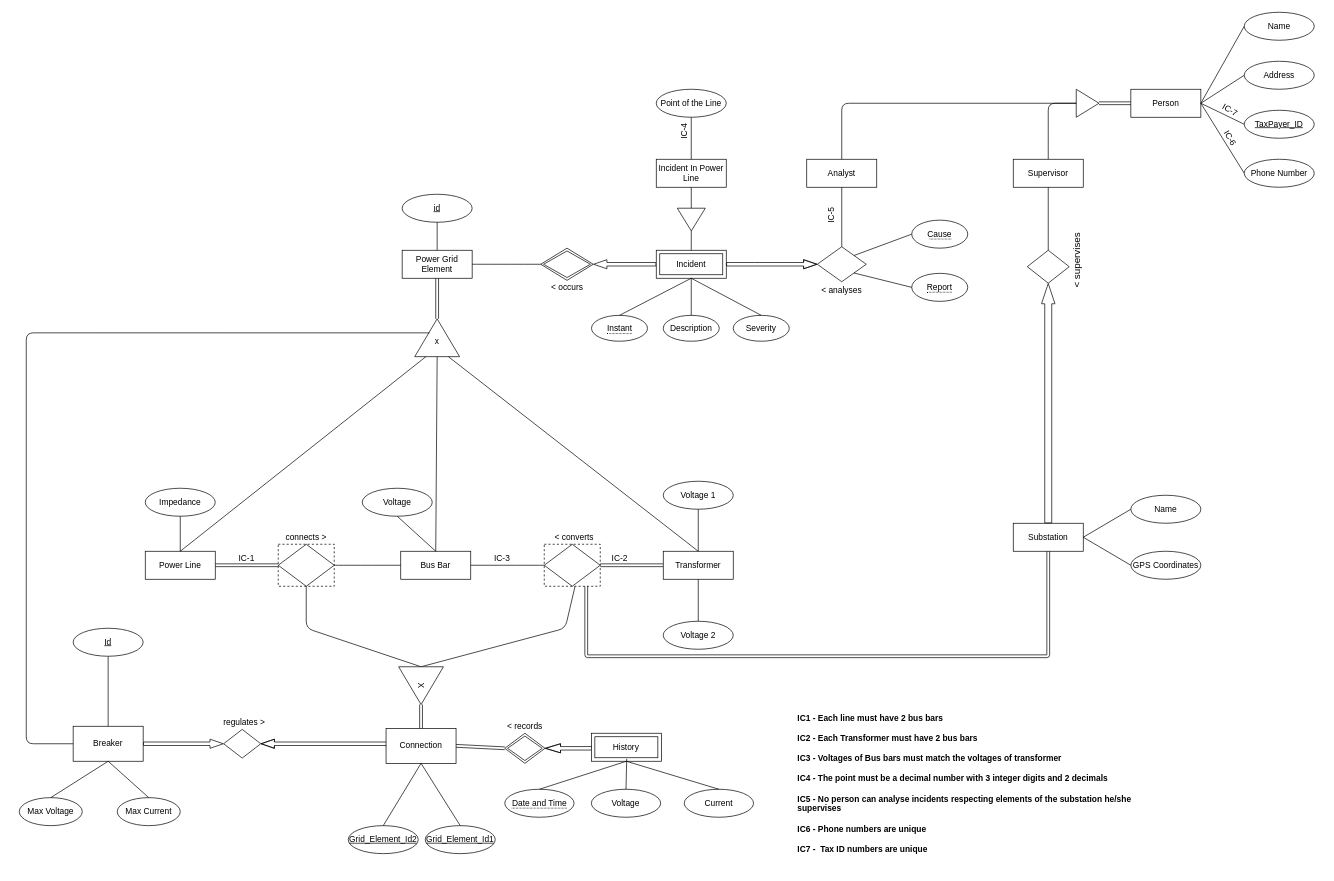
Above: page "Page-2" (2 of 2) of New_Version.drawio in dgd-rosa/SIBD (draw.io), before the change. Source tidied: cells renumbered, new cells numbered last; positions are measured from the earlier drawing's top-left corner, leaving out a move shared by most shapes. Both pictures are drawn from the tidied source at 70%, with x=0, y=0 at pixel (19, 12).
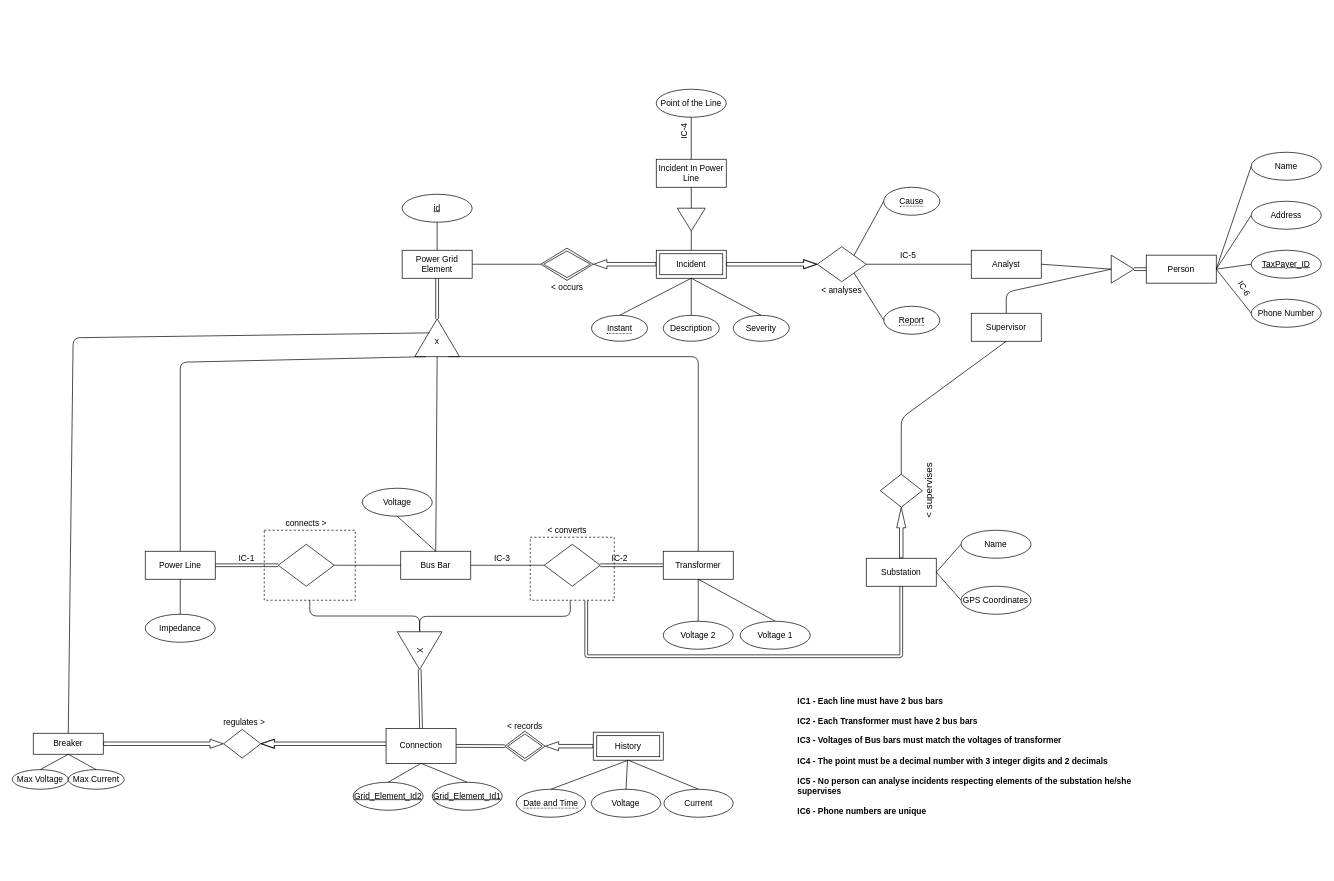
Above is the later version.

Unchanged cells that the change refers to:
```xml
<mxCell id="6" style="triangle;whiteSpace=wrap;html=1;rotation=-90;" parent="1" vertex="1">
  <mxGeometry x="570" y="433" width="54" height="64" as="geometry" />
</mxCell>
<mxCell id="9" value="Power Line" style="whiteSpace=wrap;html=1;align=center;" parent="1" vertex="1">
  <mxGeometry x="180" y="770" width="100" height="40" as="geometry" />
</mxCell>
<mxCell id="12" value="Transformer" style="whiteSpace=wrap;html=1;align=center;" parent="1" vertex="1">
  <mxGeometry x="920" y="770" width="100" height="40" as="geometry" />
</mxCell>
<mxCell id="52" value="Voltage" style="ellipse;whiteSpace=wrap;html=1;align=center;" parent="1" vertex="1">
  <mxGeometry x="817.3" y="1110" width="99" height="40" as="geometry" />
</mxCell>
<mxCell id="77" style="shape=rhombus;double=0;perimeter=rhombusPerimeter;whiteSpace=wrap;html=1;align=center;" parent="1" vertex="1">
  <mxGeometry x="1140" y="335" width="70" height="50" as="geometry" />
</mxCell>
```

Diff of the diagram source:
```diff
@@
     <mxCell id="2" style="rounded=0;whiteSpace=wrap;html=1;fillColor=none;dashed=1;" parent="1" vertex="1">
-      <mxGeometry x="370" y="760" width="80" height="60" as="geometry" />
+      <mxGeometry x="350" y="740" width="130" height="100" as="geometry" />
     </mxCell>
     <mxCell id="3" style="rounded=0;whiteSpace=wrap;html=1;fillColor=none;dashed=1;" parent="1" vertex="1">
-      <mxGeometry x="750" y="760" width="80" height="60" as="geometry" />
+      <mxGeometry x="730" y="750" width="120" height="90" as="geometry" />
     </mxCell>
@@
     <mxCell id="18" value="Breaker" style="whiteSpace=wrap;html=1;align=center;" parent="1" vertex="1">
-      <mxGeometry x="77" y="1020" width="100" height="50" as="geometry" />
+      <mxGeometry x="20" y="1030" width="100" height="30" as="geometry" />
     </mxCell>
@@
     <mxCell id="21" style="endArrow=none;html=1;entryX=0;entryY=0.75;entryDx=0;entryDy=0;exitX=0.5;exitY=0;exitDx=0;exitDy=0;" parent="1" edge="1" source="12" target="6">
-      <mxGeometry relative="1" as="geometry" />
+      <mxGeometry relative="1" as="geometry">
+        <Array as="points">
+          <mxPoint x="970" y="492" />
+        </Array>
+      </mxGeometry>
     </mxCell>
     <mxCell id="22" style="endArrow=none;html=1;entryX=0;entryY=0.25;entryDx=0;entryDy=0;exitX=0.5;exitY=0;exitDx=0;exitDy=0;" parent="1" edge="1" source="9" target="6">
-      <mxGeometry relative="1" as="geometry" />
+      <mxGeometry relative="1" as="geometry">
+        <Array as="points">
+          <mxPoint x="230" y="500" />
+        </Array>
+      </mxGeometry>
     </mxCell>
-    <mxCell id="23" style="endArrow=none;html=1;entryX=0.629;entryY=0.328;entryDx=0;entryDy=0;entryPerimeter=0;exitX=0;exitY=0.5;exitDx=0;exitDy=0;" parent="1" edge="1" source="18" target="6">
+    <mxCell id="23" style="endArrow=none;html=1;entryX=0.629;entryY=0.328;entryDx=0;entryDy=0;entryPerimeter=0;exitX=0.5;exitY=0;exitDx=0;exitDy=0;" parent="1" edge="1" source="18" target="6">
       <mxGeometry relative="1" as="geometry">
         <Array as="points">
-          <mxPoint x="10" y="1045" />
-          <mxPoint x="10" y="458" />
+          <mxPoint x="77" y="465" />
         </Array>
       </mxGeometry>
     </mxCell>
     <mxCell id="24" value="Max Voltage" style="ellipse;whiteSpace=wrap;html=1;align=center;" parent="1" vertex="1">
-      <mxGeometry y="1122" width="90" height="40" as="geometry" />
+      <mxGeometry x="-10" y="1082" width="80" height="28" as="geometry" />
     </mxCell>
     <mxCell id="25" value="Max Current" style="ellipse;whiteSpace=wrap;html=1;align=center;" parent="1" vertex="1">
-      <mxGeometry x="140" y="1122" width="90" height="40" as="geometry" />
+      <mxGeometry x="70" y="1082" width="80" height="28" as="geometry" />
     </mxCell>
@@
     <mxCell id="28" value="Impedance" style="ellipse;whiteSpace=wrap;html=1;align=center;" parent="1" vertex="1">
-      <mxGeometry x="180" y="680" width="100" height="40" as="geometry" />
+      <mxGeometry x="180" y="860" width="100" height="40" as="geometry" />
     </mxCell>
-    <mxCell id="29" style="endArrow=none;html=1;entryX=0.5;entryY=1;entryDx=0;entryDy=0;exitX=0.5;exitY=0;exitDx=0;exitDy=0;" parent="1" edge="1" source="9" target="28">
-      <mxGeometry relative="1" as="geometry" />
+    <mxCell id="29" style="endArrow=none;html=1;" parent="1" edge="1">
+      <mxGeometry relative="1" as="geometry">
+        <mxPoint x="230" y="810" as="sourcePoint" />
+        <mxPoint x="230" y="860" as="targetPoint" />
+      </mxGeometry>
     </mxCell>
@@
     <mxCell id="32" value="connects &amp;gt;" style="text;html=1;strokeColor=none;fillColor=none;align=center;verticalAlign=middle;whiteSpace=wrap;rounded=0;fontFamily=Helvetica;" parent="1" vertex="1">
-      <mxGeometry x="360" y="740" width="100" height="20" as="geometry" />
+      <mxGeometry x="360" y="720" width="100" height="20" as="geometry" />
     </mxCell>
     <mxCell id="33" value="&amp;lt; converts" style="text;html=1;strokeColor=none;fillColor=none;align=center;verticalAlign=middle;whiteSpace=wrap;rounded=0;fontFamily=Helvetica;" parent="1" vertex="1">
-      <mxGeometry x="747.5" y="740" width="90" height="20" as="geometry" />
+      <mxGeometry x="737.5" y="730" width="90" height="20" as="geometry" />
     </mxCell>
     <mxCell id="34" value="Voltage 1" style="ellipse;whiteSpace=wrap;html=1;align=center;" parent="1" vertex="1">
-      <mxGeometry x="920" y="670" width="100" height="40" as="geometry" />
+      <mxGeometry x="1030" y="870" width="100" height="40" as="geometry" />
     </mxCell>
@@
-    <mxCell id="36" style="endArrow=none;html=1;fontFamily=Helvetica;entryX=0.5;entryY=1;entryDx=0;entryDy=0;exitX=0.5;exitY=0;exitDx=0;exitDy=0;" parent="1" edge="1" source="12" target="34">
+    <mxCell id="36" style="endArrow=none;html=1;fontFamily=Helvetica;entryX=0.5;entryY=0;entryDx=0;entryDy=0;exitX=0.5;exitY=1;exitDx=0;exitDy=0;" parent="1" edge="1" source="12" target="34">
       <mxGeometry relative="1" as="geometry" />
     </mxCell>
@@
-    <mxCell id="39" style="endArrow=none;html=1;fontFamily=Helvetica;entryX=0.5;entryY=1;entryDx=0;entryDy=0;exitX=0;exitY=0.5;exitDx=0;exitDy=0;" parent="1" edge="1" source="41" target="2">
-      <mxGeometry relative="1" as="geometry">
-        <Array as="points">
-          <mxPoint x="410" y="880" />
-        </Array>
-      </mxGeometry>
+    <mxCell id="39" style="endArrow=none;html=1;fontFamily=Helvetica;entryX=0.5;entryY=1;entryDx=0;entryDy=0;exitX=0;exitY=0.5;exitDx=0;exitDy=0;edgeStyle=orthogonalEdgeStyle;" parent="1" edge="1" source="41" target="2">
+      <mxGeometry relative="1" as="geometry" />
     </mxCell>
-    <mxCell id="40" style="endArrow=none;html=1;fontFamily=Helvetica;exitX=0;exitY=0.5;exitDx=0;exitDy=0;" parent="1" edge="1" source="41">
+    <mxCell id="40" style="endArrow=none;html=1;fontFamily=Helvetica;exitX=0;exitY=0.5;exitDx=0;exitDy=0;edgeStyle=orthogonalEdgeStyle;" parent="1" edge="1" source="41">
       <mxGeometry relative="1" as="geometry">
-        <mxPoint x="794" y="820" as="targetPoint" />
-        <Array as="points">
-          <mxPoint x="780" y="880" />
-        </Array>
+        <mxPoint x="787" y="840" as="targetPoint" />
       </mxGeometry>
     </mxCell>
     <mxCell id="41" value="X" style="triangle;whiteSpace=wrap;html=1;rotation=90;" parent="1" vertex="1">
-      <mxGeometry x="547" y="930" width="54" height="64" as="geometry" />
+      <mxGeometry x="545" y="880" width="54" height="64" as="geometry" />
     </mxCell>
@@
-    <mxCell id="47" style="edgeStyle=orthogonalEdgeStyle;shape=flexArrow;rounded=0;jettySize=auto;html=1;exitX=0;exitY=0.5;exitDx=0;exitDy=0;entryX=1;entryY=0.5;entryDx=0;entryDy=0;endWidth=7;endSize=6.88235294117647;width=5;startWidth=20;" parent="1" edge="1" source="51" target="50">
-      <mxGeometry relative="1" as="geometry">
-        <Array as="points">
-          <mxPoint x="859.8" y="1051.5" />
-        </Array>
-      </mxGeometry>
-    </mxCell>
     <mxCell id="48" value="Current" style="ellipse;whiteSpace=wrap;html=1;align=center;" parent="1" vertex="1">
-      <mxGeometry x="950" y="1110" width="99" height="40" as="geometry" />
+      <mxGeometry x="921" y="1110" width="99" height="40" as="geometry" />
     </mxCell>
     <mxCell id="49" value="&lt;span style=&quot;border-bottom: 1px dotted&quot;&gt;Date and Time&lt;/span&gt;" style="ellipse;whiteSpace=wrap;html=1;align=center;" parent="1" vertex="1">
-      <mxGeometry x="693.6" y="1110" width="99" height="40" as="geometry" />
+      <mxGeometry x="710" y="1110" width="99" height="40" as="geometry" />
     </mxCell>
     <mxCell id="50" style="shape=rhombus;double=1;perimeter=rhombusPerimeter;whiteSpace=wrap;html=1;align=center;" parent="1" vertex="1">
-      <mxGeometry x="693.6" y="1030" width="57.5" height="43" as="geometry" />
+      <mxGeometry x="693.6" y="1027" width="57.5" height="43" as="geometry" />
     </mxCell>
+    <mxCell id="47" style="edgeStyle=orthogonalEdgeStyle;rounded=0;jettySize=auto;html=1;exitX=0;exitY=0.5;exitDx=0;exitDy=0;entryX=1;entryY=0.5;entryDx=0;entryDy=0;shape=flexArrow;width=5;endWidth=7;" parent="1" edge="1" source="51" target="50">
+      <mxGeometry relative="1" as="geometry" />
+    </mxCell>
     <mxCell id="51" value="History" style="shape=ext;margin=3;double=1;whiteSpace=wrap;html=1;align=center;" parent="1" vertex="1">
-      <mxGeometry x="817.3" y="1030" width="100" height="40" as="geometry" />
+      <mxGeometry x="820" y="1028.5" width="100" height="40" as="geometry" />
     </mxCell>
@@
-    <mxCell id="55" style="endArrow=none;html=1;fontFamily=Helvetica;entryX=0.5;entryY=0;entryDx=0;entryDy=0;" parent="1" edge="1" target="52">
-      <mxGeometry relative="1" as="geometry">
-        <mxPoint x="867.8" y="1066.5" as="sourcePoint" />
-      </mxGeometry>
+    <mxCell id="55" style="endArrow=none;html=1;fontFamily=Helvetica;entryX=0.5;entryY=0;entryDx=0;entryDy=0;" parent="1" edge="1" source="51" target="52">
+      <mxGeometry relative="1" as="geometry" />
     </mxCell>
@@
     <mxCell id="74" value="Analyst" style="whiteSpace=wrap;html=1;align=center;" parent="1" vertex="1">
-      <mxGeometry x="1125" y="210" width="100" height="40" as="geometry" />
+      <mxGeometry x="1360" y="340" width="100" height="40" as="geometry" />
     </mxCell>
     <mxCell id="75" value="&lt;span style=&quot;border-bottom: 1px dotted&quot;&gt;Cause&lt;/span&gt;" style="ellipse;whiteSpace=wrap;html=1;align=center;" parent="1" vertex="1">
-      <mxGeometry x="1275" y="297" width="80" height="40" as="geometry" />
+      <mxGeometry x="1235" y="250" width="80" height="40" as="geometry" />
     </mxCell>
     <mxCell id="76" value="&lt;span style=&quot;border-bottom: 1px dotted&quot;&gt;Report&lt;/span&gt;" style="ellipse;whiteSpace=wrap;html=1;align=center;" parent="1" vertex="1">
-      <mxGeometry x="1275" y="373" width="80" height="40" as="geometry" />
+      <mxGeometry x="1235" y="420" width="80" height="40" as="geometry" />
     </mxCell>
@@
-    <mxCell id="80" style="endArrow=none;html=1;fontFamily=Helvetica;entryX=0.5;entryY=1;entryDx=0;entryDy=0;exitX=0.5;exitY=0;exitDx=0;exitDy=0;" parent="1" edge="1" source="77" target="74">
+    <mxCell id="80" style="endArrow=none;html=1;fontFamily=Helvetica;entryX=0;entryY=0.5;entryDx=0;entryDy=0;" parent="1" edge="1" source="77" target="74">
       <mxGeometry relative="1" as="geometry" />
     </mxCell>
@@
     <mxCell id="83" style="triangle;whiteSpace=wrap;html=1;rotation=0;" parent="1" vertex="1">
-      <mxGeometry x="1510" y="110" width="32.5" height="40" as="geometry" />
+      <mxGeometry x="1560" y="347" width="32.5" height="40" as="geometry" />
     </mxCell>
     <mxCell id="84" value="Person" style="whiteSpace=wrap;html=1;align=center;" parent="1" vertex="1">
-      <mxGeometry x="1588" y="110" width="100" height="40" as="geometry" />
+      <mxGeometry x="1610" y="347" width="100" height="40" as="geometry" />
     </mxCell>
@@
-    <mxCell id="89" style="endArrow=none;html=1;fontFamily=Helvetica;entryX=0;entryY=0.5;entryDx=0;entryDy=0;exitX=0.5;exitY=0;exitDx=0;exitDy=0;" parent="1" edge="1" source="74" target="83">
-      <mxGeometry relative="1" as="geometry">
-        <Array as="points">
-          <mxPoint x="1175" y="130" />
-        </Array>
-      </mxGeometry>
+    <mxCell id="89" style="endArrow=none;html=1;fontFamily=Helvetica;entryX=0;entryY=0.5;entryDx=0;entryDy=0;exitX=1;exitY=0.5;exitDx=0;exitDy=0;" parent="1" edge="1" source="74" target="83">
+      <mxGeometry relative="1" as="geometry" />
     </mxCell>
     <mxCell id="90" style="endArrow=none;html=1;fontFamily=Helvetica;entryX=0;entryY=0.5;entryDx=0;entryDy=0;exitX=0.5;exitY=0;exitDx=0;exitDy=0;" parent="1" edge="1" source="92" target="83">
       <mxGeometry relative="1" as="geometry">
         <Array as="points">
-          <mxPoint x="1470" y="180" />
-          <mxPoint x="1470" y="130" />
+          <mxPoint x="1410" y="400" />
         </Array>
       </mxGeometry>
     </mxCell>
@@
     <mxCell id="92" value="Supervisor" style="whiteSpace=wrap;html=1;align=center;" parent="1" vertex="1">
-      <mxGeometry x="1420" y="210" width="100" height="40" as="geometry" />
+      <mxGeometry x="1360" y="430" width="100" height="40" as="geometry" />
     </mxCell>
     <mxCell id="93" style="shape=rhombus;perimeter=rhombusPerimeter;whiteSpace=wrap;html=1;align=center;" parent="1" vertex="1">
-      <mxGeometry x="1440" y="340" width="60" height="47" as="geometry" />
+      <mxGeometry x="1230" y="660" width="60" height="47" as="geometry" />
     </mxCell>
     <mxCell id="94" style="endArrow=none;html=1;fontFamily=Helvetica;entryX=0.5;entryY=1;entryDx=0;entryDy=0;exitX=0.5;exitY=0;exitDx=0;exitDy=0;" parent="1" edge="1" source="93" target="92">
-      <mxGeometry relative="1" as="geometry" />
+      <mxGeometry relative="1" as="geometry">
+        <Array as="points">
+          <mxPoint x="1260" y="580" />
+        </Array>
+      </mxGeometry>
     </mxCell>
     <mxCell id="95" value="&lt;font style=&quot;font-size: 14px&quot;&gt;&amp;lt; supervises&lt;/font&gt;" style="text;html=1;strokeColor=none;fillColor=none;align=center;verticalAlign=middle;whiteSpace=wrap;rounded=0;fontFamily=Helvetica;rotation=-90;" parent="1" vertex="1">
-      <mxGeometry x="1464.8" y="343.7" width="90.6" height="22.1" as="geometry" />
+      <mxGeometry x="1254.8" y="672.4" width="90.6" height="22.1" as="geometry" />
     </mxCell>
     <mxCell id="96" value="Substation" style="whiteSpace=wrap;html=1;align=center;" parent="1" vertex="1">
-      <mxGeometry x="1420" y="730" width="100" height="40" as="geometry" />
+      <mxGeometry x="1210" y="780" width="100" height="40" as="geometry" />
     </mxCell>
     <mxCell id="97" value="GPS Coordinates" style="ellipse;whiteSpace=wrap;html=1;align=center;" parent="1" vertex="1">
-      <mxGeometry x="1588" y="770" width="100" height="40" as="geometry" />
+      <mxGeometry x="1345.4" y="820" width="100" height="40" as="geometry" />
     </mxCell>
     <mxCell id="98" value="Name" style="ellipse;whiteSpace=wrap;html=1;align=center;" parent="1" vertex="1">
-      <mxGeometry x="1588" y="690" width="100" height="40" as="geometry" />
+      <mxGeometry x="1345.4" y="740" width="100" height="40" as="geometry" />
     </mxCell>
@@
-    <mxCell id="101" style="endArrow=classic;html=1;strokeWidth=1;fontFamily=Helvetica;entryX=0.5;entryY=1;entryDx=0;entryDy=0;exitX=0.5;exitY=0;exitDx=0;exitDy=0;shape=flexArrow;endWidth=8.23529411764706;endSize=9.31764705882353;" parent="1" edge="1" source="96" target="93">
+    <mxCell id="101" style="endArrow=classic;html=1;strokeWidth=1;fontFamily=Helvetica;entryX=0.5;entryY=1;entryDx=0;entryDy=0;exitX=0.5;exitY=0;exitDx=0;exitDy=0;shape=flexArrow;endWidth=7;endSize=9.31764705882353;width=5;" parent="1" edge="1" source="96" target="93">
       <mxGeometry relative="1" as="geometry" />
     </mxCell>
-    <mxCell id="102" style="endArrow=classic;html=1;strokeWidth=1;fontFamily=Helvetica;exitX=0.5;exitY=1;exitDx=0;exitDy=0;entryX=0.75;entryY=1;entryDx=0;entryDy=0;shape=link;endWidth=7;" parent="1" edge="1" source="96" target="3">
+    <mxCell id="102" style="endArrow=classic;html=1;strokeWidth=1;fontFamily=Helvetica;exitX=0.5;exitY=1;exitDx=0;exitDy=0;shape=link;endWidth=7;entryX=0.667;entryY=1.007;entryDx=0;entryDy=0;entryPerimeter=0;" parent="1" edge="1" source="96" target="3">
       <mxGeometry relative="1" as="geometry">
         <Array as="points">
-          <mxPoint x="1470" y="920" />
+          <mxPoint x="1260" y="920" />
           <mxPoint x="810" y="920" />
         </Array>
       </mxGeometry>
     </mxCell>
-    <mxCell id="103" value="&lt;div&gt;&lt;b&gt;IC1 - Each line must have 2 bus bars&lt;/b&gt;&lt;/div&gt;&lt;div&gt;&lt;b&gt;&lt;br&gt;&lt;/b&gt;&lt;/div&gt;&lt;div&gt;&lt;b&gt;IC2 - Each Transformer must have 2 bus bars&lt;/b&gt;&lt;/div&gt;&lt;div&gt;&lt;b&gt;&lt;br&gt;&lt;/b&gt;&lt;/div&gt;&lt;div&gt;&lt;b&gt;IC3 - Voltages of Bus bars must match the voltages of transformer&lt;/b&gt;&lt;/div&gt;&lt;div&gt;&lt;b&gt;&lt;br&gt;&lt;/b&gt;&lt;/div&gt;&lt;div&gt;&lt;b&gt;IC4 - The point must be a decimal number with 3 integer digits and 2 decimals&lt;/b&gt;&lt;br&gt;&lt;/div&gt;&lt;div&gt;&lt;b&gt;&lt;br&gt;&lt;/b&gt;&lt;/div&gt;&lt;div&gt;&lt;b&gt;IC5 - No person can analyse incidents respecting elements of the substation he/she supervises&lt;/b&gt;&lt;/div&gt;&lt;div&gt;&lt;b&gt;&lt;br&gt;&lt;/b&gt;&lt;/div&gt;&lt;div&gt;&lt;b&gt;IC6 -&amp;nbsp;&lt;span&gt;Phone&lt;/span&gt;&lt;span&gt;&amp;nbsp;numbers are unique&lt;/span&gt;&lt;/b&gt;&lt;/div&gt;&lt;div&gt;&lt;b&gt;&lt;br&gt;&lt;/b&gt;&lt;/div&gt;&lt;div&gt;&lt;b&gt;IC7 - &amp;nbsp;Tax ID numbers are unique&lt;/b&gt;&lt;/div&gt;&lt;div&gt;&lt;br&gt;&lt;/div&gt;" style="text;html=1;strokeColor=none;fillColor=none;align=left;verticalAlign=middle;whiteSpace=wrap;rounded=0;" parent="1" vertex="1">
-      <mxGeometry x="1110" y="994" width="520" height="230" as="geometry" />
+    <mxCell id="103" value="&lt;div&gt;&lt;b&gt;IC1 - Each line must have 2 bus bars&lt;/b&gt;&lt;/div&gt;&lt;div&gt;&lt;b&gt;&lt;br&gt;&lt;/b&gt;&lt;/div&gt;&lt;div&gt;&lt;b&gt;IC2 - Each Transformer must have 2 bus bars&lt;/b&gt;&lt;/div&gt;&lt;div&gt;&lt;b&gt;&lt;br&gt;&lt;/b&gt;&lt;/div&gt;&lt;div&gt;&lt;b&gt;IC3 - Voltages of Bus bars must match the voltages of transformer&lt;/b&gt;&lt;/div&gt;&lt;div&gt;&lt;b&gt;&lt;br&gt;&lt;/b&gt;&lt;/div&gt;&lt;div&gt;&lt;b&gt;IC4 - The point must be a decimal number with 3 integer digits and 2 decimals&lt;/b&gt;&lt;br&gt;&lt;/div&gt;&lt;div&gt;&lt;b&gt;&lt;br&gt;&lt;/b&gt;&lt;/div&gt;&lt;div&gt;&lt;b&gt;IC5 - No person can analyse incidents respecting elements of the substation he/she supervises&lt;/b&gt;&lt;/div&gt;&lt;div&gt;&lt;b&gt;&lt;br&gt;&lt;/b&gt;&lt;/div&gt;&lt;div&gt;&lt;b&gt;IC6 -&amp;nbsp;&lt;span&gt;Phone&lt;/span&gt;&lt;span&gt;&amp;nbsp;numbers are unique&lt;/span&gt;&lt;/b&gt;&lt;/div&gt;&lt;div&gt;&lt;b&gt;&lt;br&gt;&lt;/b&gt;&lt;/div&gt;&lt;div&gt;&lt;br&gt;&lt;/div&gt;" style="text;html=1;strokeColor=none;fillColor=none;align=left;verticalAlign=middle;whiteSpace=wrap;rounded=0;" parent="1" vertex="1">
+      <mxGeometry x="1110" y="994" width="520" height="166" as="geometry" />
     </mxCell>
@@
-    <mxCell id="107" value="IC-7" style="text;html=1;strokeColor=none;fillColor=none;align=center;verticalAlign=middle;whiteSpace=wrap;rounded=0;rotation=30;" parent="1" vertex="1">
-      <mxGeometry x="1710" y="130" width="40" height="20" as="geometry" />
-    </mxCell>
-    <mxCell id="108" value="IC-5" style="text;html=1;strokeColor=none;fillColor=none;align=center;verticalAlign=middle;whiteSpace=wrap;rounded=0;rotation=-90;" parent="1" vertex="1">
-      <mxGeometry x="1140" y="280" width="40" height="20" as="geometry" />
+    <mxCell id="108" value="IC-5" style="text;html=1;strokeColor=none;fillColor=none;align=center;verticalAlign=middle;whiteSpace=wrap;rounded=0;rotation=0;" parent="1" vertex="1">
+      <mxGeometry x="1250" y="337" width="40" height="20" as="geometry" />
     </mxCell>
@@
-    <mxCell id="111" style="endArrow=none;html=1;entryX=0.5;entryY=1;entryDx=0;entryDy=0;exitX=0.5;exitY=0;exitDx=0;exitDy=0;" parent="1" edge="1" source="18" target="112">
-      <mxGeometry relative="1" as="geometry" />
-    </mxCell>
-    <mxCell id="112" value="Id" style="ellipse;whiteSpace=wrap;html=1;align=center;fontStyle=4;" parent="1" vertex="1">
-      <mxGeometry x="77" y="880" width="100" height="40" as="geometry" />
-    </mxCell>
     <mxCell id="113" value="Grid_Element_Id2" style="ellipse;whiteSpace=wrap;html=1;align=center;fontStyle=4;" parent="1" vertex="1">
-      <mxGeometry x="470" y="1162" width="100" height="40" as="geometry" />
+      <mxGeometry x="477" y="1100" width="100" height="40" as="geometry" />
     </mxCell>
     <mxCell id="114" value="Grid_Element_Id1" style="ellipse;whiteSpace=wrap;html=1;align=center;fontStyle=4;" parent="1" vertex="1">
-      <mxGeometry x="580" y="1162" width="100" height="40" as="geometry" />
+      <mxGeometry x="590" y="1100" width="100" height="40" as="geometry" />
     </mxCell>
@@
     <mxCell id="117" value="Name" style="ellipse;whiteSpace=wrap;html=1;align=center;" parent="1" vertex="1">
-      <mxGeometry x="1750" width="100" height="40" as="geometry" />
+      <mxGeometry x="1760" y="200" width="100" height="40" as="geometry" />
     </mxCell>
     <mxCell id="118" value="Address" style="ellipse;whiteSpace=wrap;html=1;align=center;" parent="1" vertex="1">
-      <mxGeometry x="1750" y="70" width="100" height="40" as="geometry" />
+      <mxGeometry x="1760" y="270" width="100" height="40" as="geometry" />
     </mxCell>
     <mxCell id="119" value="Phone Number" style="ellipse;whiteSpace=wrap;html=1;align=center;" parent="1" vertex="1">
-      <mxGeometry x="1750" y="210" width="100" height="40" as="geometry" />
+      <mxGeometry x="1760" y="410" width="100" height="40" as="geometry" />
     </mxCell>
     <mxCell id="120" value="IC-6" style="text;html=1;strokeColor=none;fillColor=none;align=center;verticalAlign=middle;whiteSpace=wrap;rounded=0;rotation=60;" parent="1" vertex="1">
-      <mxGeometry x="1710" y="170" width="40" height="20" as="geometry" />
+      <mxGeometry x="1730" y="385" width="40" height="20" as="geometry" />
     </mxCell>
     <mxCell id="121" value="TaxPayer_ID" style="ellipse;whiteSpace=wrap;html=1;align=center;fontStyle=4;" parent="1" vertex="1">
-      <mxGeometry x="1750" y="140" width="100" height="40" as="geometry" />
+      <mxGeometry x="1760" y="340" width="100" height="40" as="geometry" />
     </mxCell>
```
